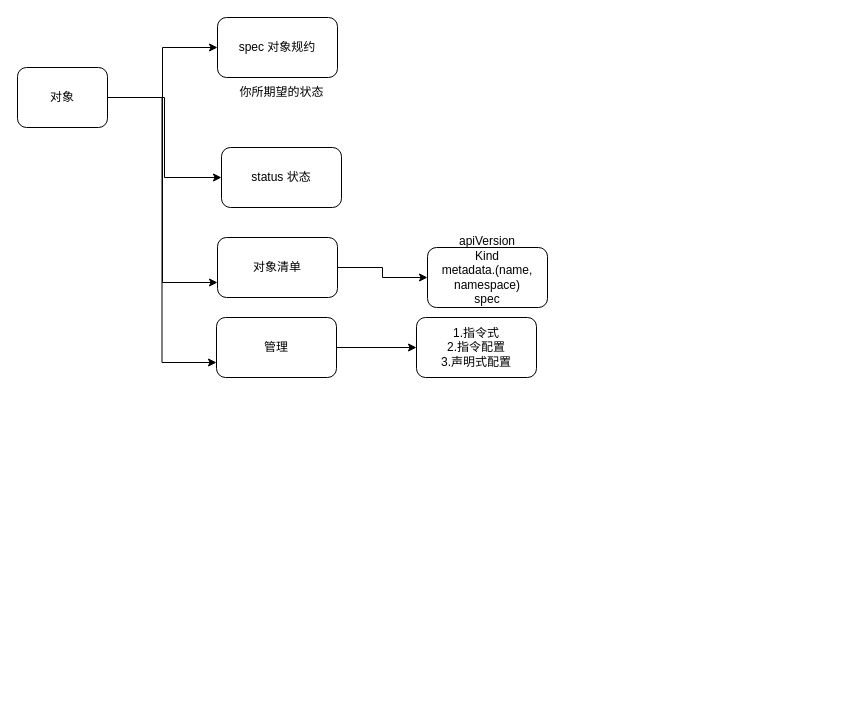
The draw.io diagram k8s.drawio in onlyonedaniel/wiki, before the edit. Source tidied: cells renumbered, new cells numbered last; positions are measured from the earlier drawing's top-left corner, leaving out a move shared by most shapes. Both pictures are drawn from the tidied source at 100%, with x=0, y=0 at pixel (17, 17).
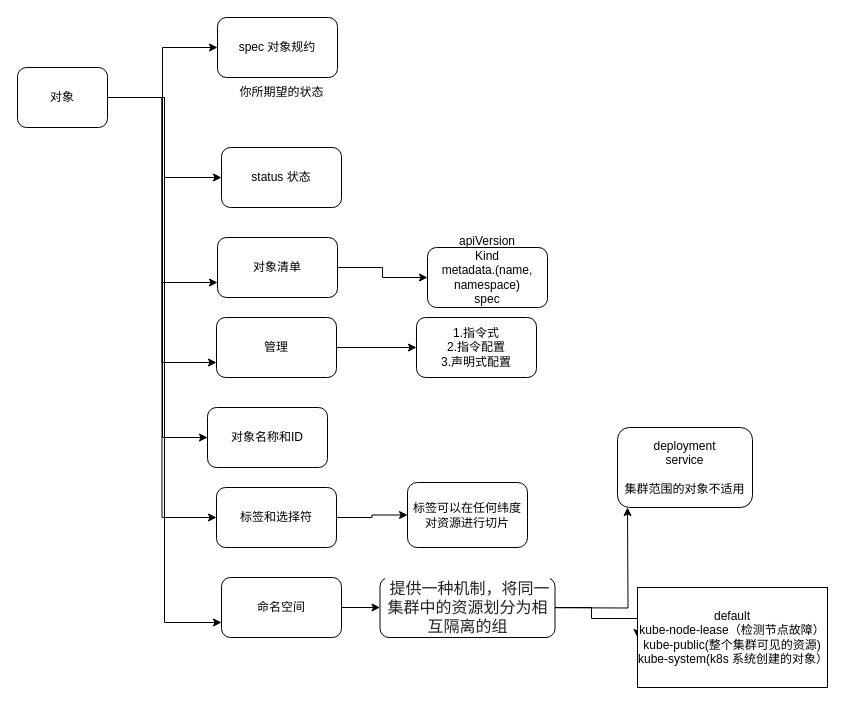
Above is the later version.

The change refers to these unchanged cells:
```xml
<mxCell id="6" value="对象" style="rounded=1;whiteSpace=wrap;html=1;" parent="1" vertex="1">
  <mxGeometry y="50" width="90" height="60" as="geometry" />
</mxCell>
```

The edit, as a diff of the source:
```diff
@@
+    <mxCell id="16" style="edgeStyle=orthogonalEdgeStyle;rounded=0;jettySize=auto;html=1;entryX=0;entryY=0.5;entryDx=0;entryDy=0;" parent="1" edge="1" source="6" target="19">
+      <mxGeometry relative="1" as="geometry">
+        <Array as="points">
+          <mxPoint x="145" y="80" />
+          <mxPoint x="145" y="420" />
+        </Array>
+      </mxGeometry>
+    </mxCell>
+    <mxCell id="17" style="edgeStyle=orthogonalEdgeStyle;rounded=0;jettySize=auto;html=1;entryX=0;entryY=0.5;entryDx=0;entryDy=0;" parent="1" edge="1" source="6" target="21">
+      <mxGeometry relative="1" as="geometry" />
+    </mxCell>
+    <mxCell id="18" style="edgeStyle=orthogonalEdgeStyle;rounded=0;jettySize=auto;html=1;entryX=0;entryY=0.75;entryDx=0;entryDy=0;" parent="1" edge="1" source="6" target="24">
+      <mxGeometry relative="1" as="geometry" />
+    </mxCell>
@@
+    <mxCell id="19" value="对象名称和ID" style="rounded=1;whiteSpace=wrap;html=1;" parent="1" vertex="1">
+      <mxGeometry x="190" y="390" width="120" height="60" as="geometry" />
+    </mxCell>
+    <mxCell id="20" style="edgeStyle=orthogonalEdgeStyle;rounded=0;jettySize=auto;html=1;" parent="1" edge="1" source="21" target="22">
+      <mxGeometry relative="1" as="geometry" />
+    </mxCell>
+    <mxCell id="21" value="标签和选择符" style="rounded=1;whiteSpace=wrap;html=1;" parent="1" vertex="1">
+      <mxGeometry x="199" y="470" width="120" height="60" as="geometry" />
+    </mxCell>
+    <mxCell id="22" value="标签可以在任何纬度对资源进行切片" style="rounded=1;whiteSpace=wrap;html=1;" parent="1" vertex="1">
+      <mxGeometry x="390" y="465" width="120" height="65" as="geometry" />
+    </mxCell>
+    <mxCell id="23" style="edgeStyle=orthogonalEdgeStyle;rounded=0;jettySize=auto;html=1;" parent="1" edge="1" source="24" target="27">
+      <mxGeometry relative="1" as="geometry" />
+    </mxCell>
+    <mxCell id="24" value="命名空间" style="rounded=1;whiteSpace=wrap;html=1;" parent="1" vertex="1">
+      <mxGeometry x="204" y="560" width="120" height="60" as="geometry" />
+    </mxCell>
+    <mxCell id="25" style="edgeStyle=orthogonalEdgeStyle;rounded=0;orthogonalLoop=1;jettySize=auto;html=1;" parent="1" edge="1">
+      <mxGeometry relative="1" as="geometry">
+        <mxPoint x="480" y="590" as="sourcePoint" />
+        <mxPoint x="610" y="490" as="targetPoint" />
+      </mxGeometry>
+    </mxCell>
+    <mxCell id="26" style="edgeStyle=orthogonalEdgeStyle;rounded=0;jettySize=auto;html=1;entryX=0;entryY=0.5;entryDx=0;entryDy=0;" parent="1" edge="1" source="27" target="29">
+      <mxGeometry relative="1" as="geometry">
+        <Array as="points">
+          <mxPoint x="574" y="590" />
+          <mxPoint x="574" y="601" />
+        </Array>
+      </mxGeometry>
+    </mxCell>
+    <mxCell id="27" value="&lt;span style=&quot;color: rgb(34, 34, 34); font-family: &amp;quot;open sans&amp;quot;, -apple-system, &amp;quot;system-ui&amp;quot;, &amp;quot;segoe ui&amp;quot;, Roboto, &amp;quot;helvetica neue&amp;quot;, Arial, sans-serif, &amp;quot;apple color emoji&amp;quot;, &amp;quot;segoe ui emoji&amp;quot;, &amp;quot;segoe ui symbol&amp;quot;; font-size: 16px; text-align: left; background-color: rgb(255, 255, 255);&quot;&gt;&amp;nbsp;提供一种机制，将同一集群中的资源划分为相互隔离的组&lt;/span&gt;" style="rounded=1;whiteSpace=wrap;html=1;" parent="1" vertex="1">
+      <mxGeometry x="362.5" y="560" width="175" height="60" as="geometry" />
+    </mxCell>
+    <mxCell id="28" value="deployment&lt;div&gt;service&lt;/div&gt;&lt;div&gt;&lt;br&gt;&lt;/div&gt;&lt;div&gt;集群范围的对象不适用&lt;/div&gt;" style="whiteSpace=wrap;html=1;rounded=1;" parent="1" vertex="1">
+      <mxGeometry x="600" y="410" width="135" height="80" as="geometry" />
+    </mxCell>
+    <mxCell id="29" value="default&lt;div&gt;kube-node-lease（检测节点故障）&lt;/div&gt;&lt;div&gt;kube-public(整个集群可见的资源)&lt;/div&gt;&lt;div&gt;kube-system(k8s 系统创建的对象）&lt;/div&gt;" style="whiteSpace=wrap;html=1;" parent="1" vertex="1">
+      <mxGeometry x="620" y="570" width="190" height="100" as="geometry" />
+    </mxCell>
```
